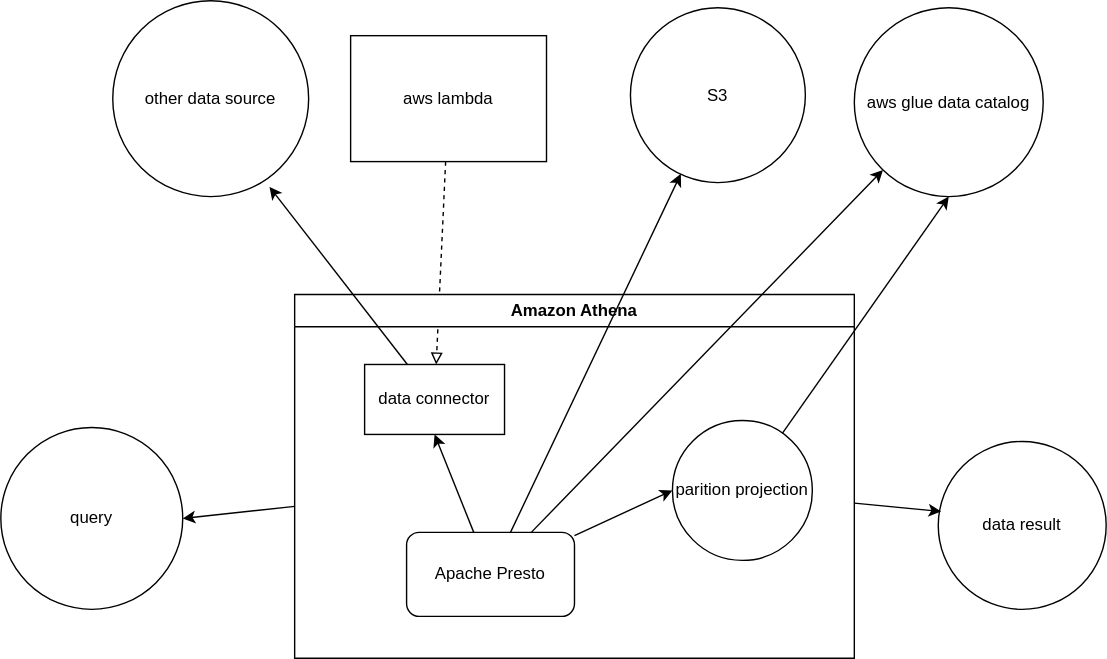
The draw.io diagram aws/DEA/3.aws-analytic/aws-athena-arch.drawio.svg in hoangnpdev/engineering-notes, before a commit. Source tidied: cells renumbered, new cells last; positions are measured from the earlier drawing's top-left corner, leaving out a move shared by most shapes.
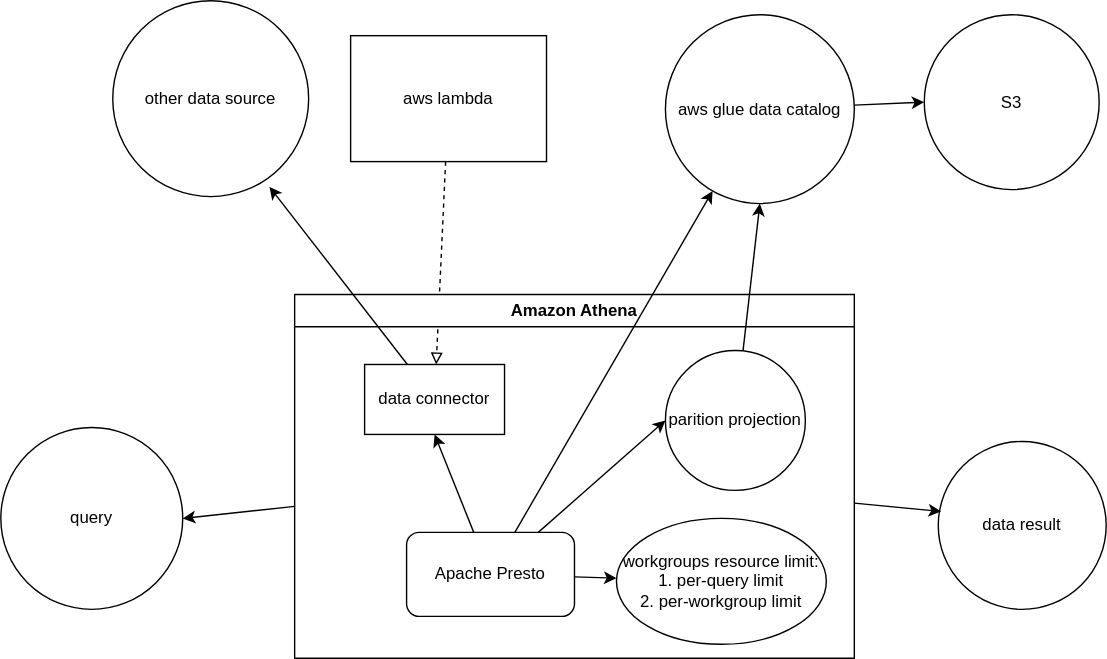
Above is the later version.

The edit, as a diff of the source:
```diff
@@ -11,8 +11,11 @@
     <mxCell id="4" value="other data source" style="ellipse;whiteSpace=wrap;html=1;" parent="1" vertex="1">
       <mxGeometry x="80" width="140" height="140" as="geometry" />
     </mxCell>
+    <mxCell id="21" style="edgeStyle=none;html=1;entryX=0;entryY=0.5;entryDx=0;entryDy=0;" parent="1" edge="1" source="5" target="8">
+      <mxGeometry relative="1" as="geometry" />
+    </mxCell>
     <mxCell id="5" value="aws glue data catalog" style="ellipse;whiteSpace=wrap;html=1;" parent="1" vertex="1">
-      <mxGeometry x="610" y="5" width="135" height="135" as="geometry" />
+      <mxGeometry x="475" y="10" width="135" height="135" as="geometry" />
     </mxCell>
     <mxCell id="6" style="edgeStyle=none;html=1;endArrow=block;endFill=0;dashed=1;" parent="1" edge="1" source="7" target="15">
       <mxGeometry relative="1" as="geometry" />
@@ -21,7 +24,7 @@
       <mxGeometry x="250" y="25" width="140" height="90" as="geometry" />
     </mxCell>
     <mxCell id="8" value="S3" style="ellipse;whiteSpace=wrap;html=1;" parent="1" vertex="1">
-      <mxGeometry x="450" y="5" width="125" height="125" as="geometry" />
+      <mxGeometry x="660" y="10" width="125" height="125" as="geometry" />
     </mxCell>
     <mxCell id="9" style="edgeStyle=none;html=1;entryX=1;entryY=0.5;entryDx=0;entryDy=0;" parent="1" edge="1" source="10" target="2">
       <mxGeometry relative="1" as="geometry" />
@@ -32,11 +35,14 @@
     <mxCell id="11" style="edgeStyle=none;html=1;entryX=0.5;entryY=1;entryDx=0;entryDy=0;" parent="10" edge="1" source="12" target="15">
       <mxGeometry relative="1" as="geometry" />
     </mxCell>
+    <mxCell id="22" style="edgeStyle=none;html=1;" parent="10" edge="1" source="12" target="23">
+      <mxGeometry relative="1" as="geometry" />
+    </mxCell>
     <mxCell id="12" value="Apache Presto&amp;nbsp;" style="rounded=1;whiteSpace=wrap;html=1;" parent="10" vertex="1">
       <mxGeometry x="80" y="170" width="120" height="60" as="geometry" />
     </mxCell>
     <mxCell id="13" value="parition projection" style="ellipse;whiteSpace=wrap;html=1;" parent="10" vertex="1">
-      <mxGeometry x="270" y="90" width="100" height="100" as="geometry" />
+      <mxGeometry x="265" y="40" width="100" height="100" as="geometry" />
     </mxCell>
     <mxCell id="14" style="edgeStyle=none;html=1;entryX=0;entryY=0.5;entryDx=0;entryDy=0;" parent="10" edge="1" source="12" target="13">
       <mxGeometry relative="1" as="geometry" />
@@ -44,20 +50,20 @@
     <mxCell id="15" value="data connector" style="rounded=0;whiteSpace=wrap;html=1;" parent="10" vertex="1">
       <mxGeometry x="50" y="50" width="100" height="50" as="geometry" />
     </mxCell>
+    <mxCell id="23" value="workgroups resource limit:&lt;div&gt;1. per-query limit&lt;/div&gt;&lt;div&gt;2. per-workgroup limit&lt;/div&gt;" style="ellipse;whiteSpace=wrap;html=1;" parent="10" vertex="1">
+      <mxGeometry x="230" y="160" width="150" height="90" as="geometry" />
+    </mxCell>
     <mxCell id="16" style="edgeStyle=none;html=1;entryX=0.017;entryY=0.417;entryDx=0;entryDy=0;entryPerimeter=0;" parent="1" edge="1" source="10" target="3">
       <mxGeometry relative="1" as="geometry" />
     </mxCell>
     <mxCell id="17" style="edgeStyle=none;html=1;entryX=0.5;entryY=1;entryDx=0;entryDy=0;" parent="1" edge="1" source="13" target="5">
       <mxGeometry relative="1" as="geometry" />
     </mxCell>
+    <mxCell id="20" style="edgeStyle=none;html=1;entryX=0.8;entryY=0.95;entryDx=0;entryDy=0;entryPerimeter=0;" parent="1" edge="1" source="15" target="4">
+      <mxGeometry relative="1" as="geometry" />
+    </mxCell>
     <mxCell id="18" style="edgeStyle=none;html=1;" parent="1" edge="1" source="12" target="5">
       <mxGeometry relative="1" as="geometry" />
     </mxCell>
-    <mxCell id="19" style="edgeStyle=none;html=1;entryX=0.288;entryY=0.95;entryDx=0;entryDy=0;entryPerimeter=0;" parent="1" edge="1" source="12" target="8">
-      <mxGeometry relative="1" as="geometry" />
-    </mxCell>
-    <mxCell id="20" style="edgeStyle=none;html=1;entryX=0.8;entryY=0.95;entryDx=0;entryDy=0;entryPerimeter=0;" parent="1" edge="1" source="15" target="4">
-      <mxGeometry relative="1" as="geometry" />
-    </mxCell>
   </root>
 </mxGraphModel>
```
